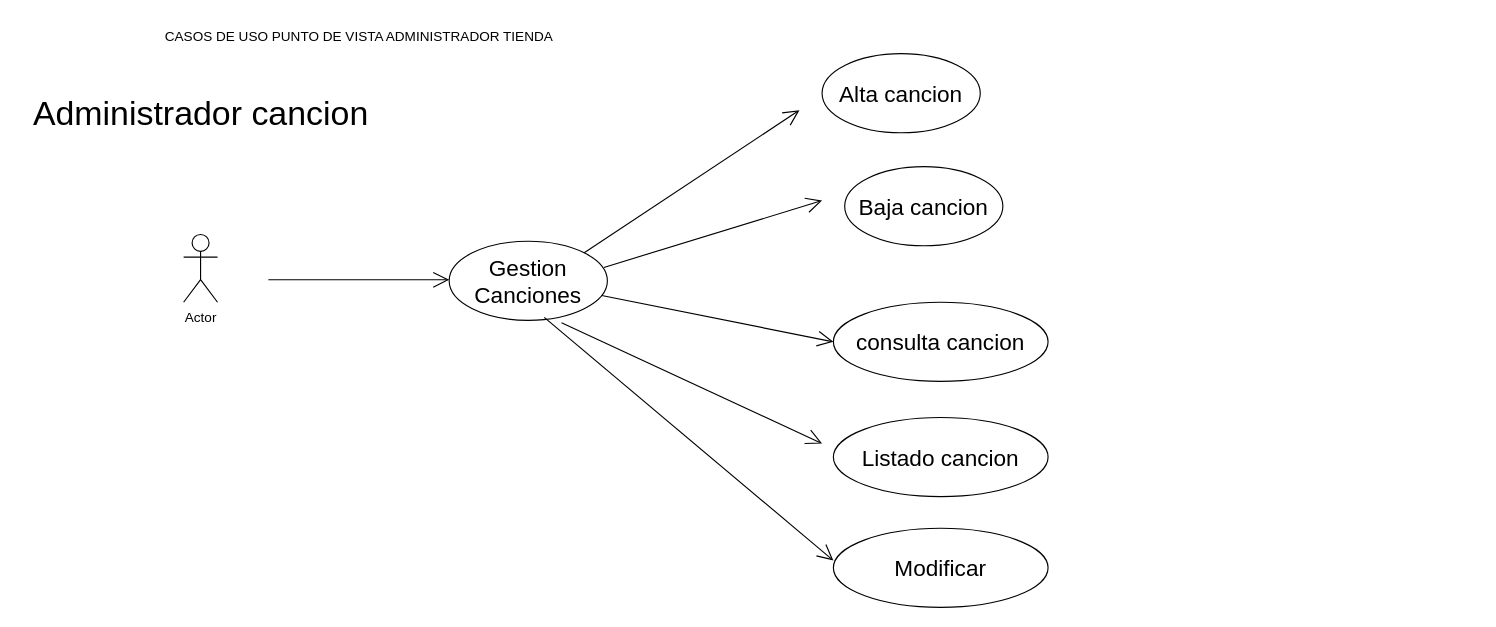
The draw.io diagram Documentacion/Caso de uso gestion canciones.drawio in laura4castelo/ProyectoFinCursoGabriela, before the edit. Source tidied: cells renumbered, new cells numbered last; positions are measured from the earlier drawing's top-left corner, leaving out a move shared by most shapes. Both pictures are drawn from the tidied source at 113%, with x=0, y=0 at pixel (19, 19).
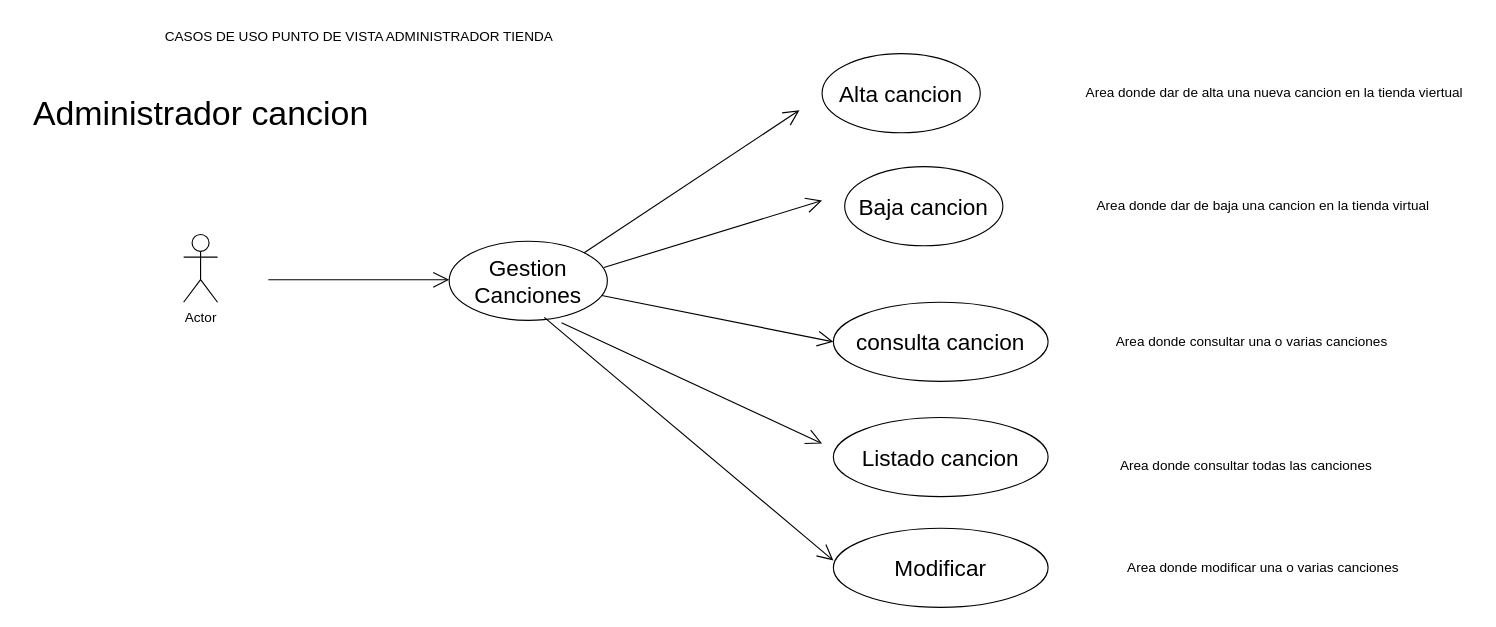
The same diagram, later.

Change to the diagram source:
```diff
@@
+    <mxCell id="17" value="Area donde dar de alta una nueva cancion en la tienda viertual" style="text;html=1;align=center;verticalAlign=middle;strokeColor=none;fillColor=none;" parent="1" vertex="1">
+      <mxGeometry x="930" y="50" width="360" height="30" as="geometry" />
+    </mxCell>
+    <mxCell id="18" value="Area donde dar de baja una cancion en la tienda virtual" style="text;html=1;align=center;verticalAlign=middle;strokeColor=none;fillColor=none;" parent="1" vertex="1">
+      <mxGeometry x="940" y="150" width="320" height="30" as="geometry" />
+    </mxCell>
+    <mxCell id="19" value="Area donde consultar una o varias canciones" style="text;html=1;align=center;verticalAlign=middle;strokeColor=none;fillColor=none;" parent="1" vertex="1">
+      <mxGeometry x="960" y="270" width="260" height="30" as="geometry" />
+    </mxCell>
+    <mxCell id="20" value="Area donde consultar todas las canciones" style="text;html=1;align=center;verticalAlign=middle;strokeColor=none;fillColor=none;" parent="1" vertex="1">
+      <mxGeometry x="965" y="380" width="240" height="30" as="geometry" />
+    </mxCell>
+    <mxCell id="21" value="Area donde modificar una o varias canciones" style="text;html=1;align=center;verticalAlign=middle;strokeColor=none;fillColor=none;" parent="1" vertex="1">
+      <mxGeometry x="970" y="470" width="260" height="30" as="geometry" />
+    </mxCell>
```
